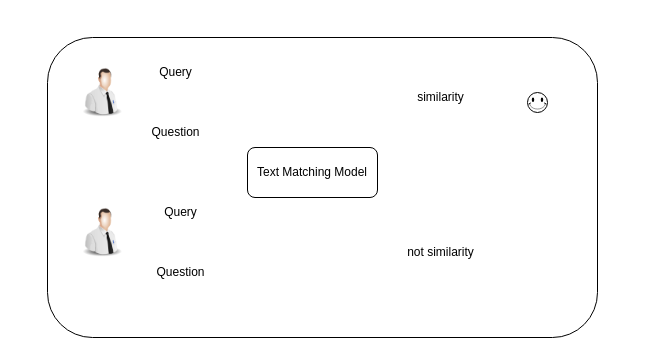
Before: text_match/text_matching_task.drawio in lengyueit/paper_pic, a draw.io diagram. Source tidied: cells renumbered, new cells numbered last; positions are measured from the earlier drawing's top-left corner, leaving out a move shared by most shapes. Both pictures are drawn from the tidied source at 100%, with x=0, y=0 at pixel (47, 37). Pictures stored in the file or linked from it are replaced by grey dashed boxes.
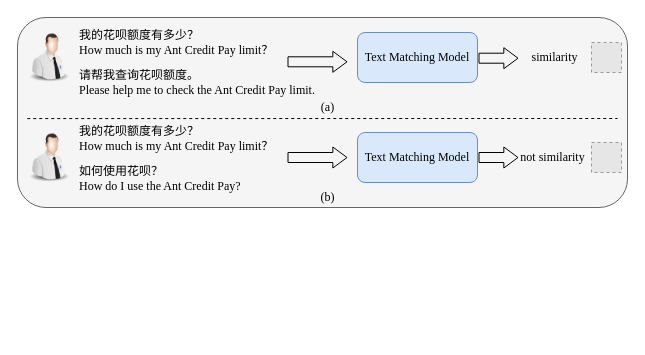
The same page after the edit.

What changed in the source:
```diff
@@
-    <mxCell id="2" style="rounded=1;whiteSpace=wrap;html=1;" parent="1" vertex="1">
-      <mxGeometry width="550" height="300" as="geometry" />
+    <mxCell id="2" style="rounded=1;whiteSpace=wrap;html=1;fillColor=#f5f5f5;strokeColor=#666666;fontColor=#333333;" parent="1" vertex="1">
+      <mxGeometry x="-30" y="-20" width="610" height="190" as="geometry" />
     </mxCell>
-    <mxCell id="3" value="Query" style="text;html=1;align=center;verticalAlign=middle;strokeColor=none;fillColor=none;" parent="1" vertex="1">
-      <mxGeometry x="97.5" y="20" width="60" height="30" as="geometry" />
+    <mxCell id="3" value="&lt;font face=&quot;Times New Roman&quot;&gt;我的花呗额度有多少？&lt;br&gt;How much is my Ant Credit Pay limit？&lt;/font&gt;" style="text;html=1;align=left;verticalAlign=middle;strokeColor=none;fillColor=none;" parent="1" vertex="1">
+      <mxGeometry x="30" y="-15" width="220" height="40" as="geometry" />
     </mxCell>
-    <mxCell id="4" value="Question" style="text;html=1;align=center;verticalAlign=middle;strokeColor=none;fillColor=none;" parent="1" vertex="1">
-      <mxGeometry x="92.5" y="80" width="70" height="30" as="geometry" />
+    <mxCell id="4" value="&lt;div style=&quot;&quot;&gt;&lt;span style=&quot;background-color: initial;&quot;&gt;&lt;font face=&quot;Times New Roman&quot;&gt;如何使用花呗？&lt;/font&gt;&lt;/span&gt;&lt;/div&gt;&lt;div style=&quot;&quot;&gt;&lt;span style=&quot;background-color: initial;&quot;&gt;&lt;font face=&quot;Times New Roman&quot;&gt;How do I use the Ant Credit Pay?&lt;/font&gt;&lt;/span&gt;&lt;/div&gt;" style="text;html=1;align=left;verticalAlign=middle;strokeColor=none;fillColor=none;" parent="1" vertex="1">
+      <mxGeometry x="30" y="121" width="190" height="40" as="geometry" />
     </mxCell>
-    <mxCell id="5" value="similarity" style="text;html=1;align=center;verticalAlign=middle;strokeColor=none;fillColor=none;" parent="1" vertex="1">
-      <mxGeometry x="357.5" y="45" width="70" height="30" as="geometry" />
+    <mxCell id="5" value="&lt;font face=&quot;Times New Roman&quot;&gt;similarity&lt;/font&gt;" style="text;html=1;align=center;verticalAlign=middle;strokeColor=none;fillColor=none;" parent="1" vertex="1">
+      <mxGeometry x="472" y="5" width="70" height="30" as="geometry" />
     </mxCell>
-    <mxCell id="6" value="not similarity" style="text;html=1;align=center;verticalAlign=middle;strokeColor=none;fillColor=none;" parent="1" vertex="1">
-      <mxGeometry x="347.5" y="200" width="90" height="30" as="geometry" />
+    <mxCell id="6" value="&lt;font face=&quot;Times New Roman&quot;&gt;not similarity&lt;/font&gt;" style="text;html=1;align=center;verticalAlign=middle;strokeColor=none;fillColor=none;" parent="1" vertex="1">
+      <mxGeometry x="460" y="105" width="90" height="30" as="geometry" />
     </mxCell>
-    <mxCell id="7" value="Query" style="text;html=1;align=center;verticalAlign=middle;strokeColor=none;fillColor=none;" parent="1" vertex="1">
-      <mxGeometry x="102.5" y="160" width="60" height="30" as="geometry" />
+    <mxCell id="7" value="&lt;font face=&quot;Times New Roman&quot;&gt;我的花呗额度有多少？&lt;br style=&quot;border-color: var(--border-color);&quot;&gt;&lt;span style=&quot;&quot;&gt;How much is my Ant Credit Pay limit？&lt;/span&gt;&lt;/font&gt;" style="text;html=1;align=left;verticalAlign=middle;strokeColor=none;fillColor=none;" parent="1" vertex="1">
+      <mxGeometry x="30" y="81" width="220" height="40" as="geometry" />
     </mxCell>
-    <mxCell id="8" value="Question" style="text;html=1;align=center;verticalAlign=middle;strokeColor=none;fillColor=none;" parent="1" vertex="1">
-      <mxGeometry x="97.5" y="220" width="70" height="30" as="geometry" />
+    <mxCell id="8" value="&lt;font face=&quot;Times New Roman&quot;&gt;请帮我查询花呗额度。&lt;br&gt;Please help me to check the Ant Credit Pay limit.&lt;/font&gt;" style="text;html=1;align=left;verticalAlign=middle;strokeColor=none;fillColor=none;" parent="1" vertex="1">
+      <mxGeometry x="30" y="25" width="260" height="40" as="geometry" />
     </mxCell>
-    <mxCell id="9" value="Text Matching Model" style="rounded=1;whiteSpace=wrap;html=1;" parent="1" vertex="1">
-      <mxGeometry x="200" y="110" width="130" height="50" as="geometry" />
+    <mxCell id="9" value="&lt;font face=&quot;Times New Roman&quot;&gt;Text Matching Model&lt;/font&gt;" style="rounded=1;whiteSpace=wrap;html=1;fillColor=#dae8fc;strokeColor=#6c8ebf;" parent="1" vertex="1">
+      <mxGeometry x="310" y="-5" width="120" height="50" as="geometry" />
     </mxCell>
-    <mxCell id="10" style="verticalLabelPosition=bottom;verticalAlign=top;html=1;shape=mxgraph.basic.smiley;" parent="1" vertex="1">
-      <mxGeometry x="480" y="55" width="20" height="20" as="geometry" />
-    </mxCell>
     <mxCell id="11" style="image;html=1;image=img/lib/clip_art/people/Tech_Man_128x128.png;" parent="1" vertex="1">
-      <mxGeometry x="30" y="30" width="50" height="50" as="geometry" />
+      <mxGeometry x="-23" y="-5" width="50" height="50" as="geometry" />
     </mxCell>
     <mxCell id="12" style="image;html=1;image=img/lib/clip_art/people/Tech_Man_128x128.png;" parent="1" vertex="1">
-      <mxGeometry x="30" y="170" width="50" height="50" as="geometry" />
+      <mxGeometry x="-23" y="95" width="50" height="50" as="geometry" />
     </mxCell>
+    <mxCell id="13" style="fillColor=#E6E6E6;strokeColor=#999999;dashed=1;verticalLabelPosition=bottom;labelBackgroundColor=default;verticalAlign=top;" parent="1" vertex="1">
+      <mxGeometry x="544" y="5" width="30" height="30" as="geometry" />
+    </mxCell>
+    <mxCell id="14" style="fillColor=#E6E6E6;strokeColor=#999999;dashed=1;verticalLabelPosition=bottom;labelBackgroundColor=default;verticalAlign=top;" parent="1" vertex="1">
+      <mxGeometry x="544" y="105" width="30" height="30" as="geometry" />
+    </mxCell>
+    <mxCell id="15" value="&lt;font face=&quot;Times New Roman&quot;&gt;Text Matching Model&lt;/font&gt;" style="rounded=1;whiteSpace=wrap;html=1;fillColor=#dae8fc;strokeColor=#6c8ebf;" parent="1" vertex="1">
+      <mxGeometry x="310" y="95" width="120" height="50" as="geometry" />
+    </mxCell>
+    <mxCell id="16" style="endArrow=none;dashed=1;html=1;rounded=0;exitX=0.016;exitY=0.532;exitDx=0;exitDy=0;exitPerimeter=0;" parent="1" edge="1" source="2">
+      <mxGeometry relative="1" as="geometry">
+        <mxPoint x="570" y="81" as="targetPoint" />
+      </mxGeometry>
+    </mxCell>
+    <mxCell id="17" style="shape=flexArrow;endArrow=classic;html=1;rounded=0;entryX=0;entryY=0.5;entryDx=0;entryDy=0;endWidth=10;endSize=4.39;" parent="1" edge="1">
+      <mxGeometry relative="1" as="geometry">
+        <mxPoint x="240" y="24.3" as="sourcePoint" />
+        <mxPoint x="300" y="24.3" as="targetPoint" />
+      </mxGeometry>
+    </mxCell>
+    <mxCell id="18" style="shape=flexArrow;endArrow=classic;html=1;rounded=0;entryX=0;entryY=0.5;entryDx=0;entryDy=0;endWidth=10;endSize=4.39;" parent="1" edge="1">
+      <mxGeometry relative="1" as="geometry">
+        <mxPoint x="240" y="120" as="sourcePoint" />
+        <mxPoint x="300" y="120" as="targetPoint" />
+      </mxGeometry>
+    </mxCell>
+    <mxCell id="19" style="shape=flexArrow;endArrow=classic;html=1;rounded=0;endWidth=10;endSize=4.39;" parent="1" edge="1">
+      <mxGeometry relative="1" as="geometry">
+        <mxPoint x="431" y="20.7" as="sourcePoint" />
+        <mxPoint x="471" y="20.7" as="targetPoint" />
+      </mxGeometry>
+    </mxCell>
+    <mxCell id="20" style="shape=flexArrow;endArrow=classic;html=1;rounded=0;endWidth=10;endSize=4.39;" parent="1" edge="1">
+      <mxGeometry relative="1" as="geometry">
+        <mxPoint x="431" y="120" as="sourcePoint" />
+        <mxPoint x="471" y="120" as="targetPoint" />
+      </mxGeometry>
+    </mxCell>
+    <mxCell id="21" value="&lt;font face=&quot;Times New Roman&quot;&gt;(a)&lt;/font&gt;" style="text;html=1;align=center;verticalAlign=middle;strokeColor=none;fillColor=none;" parent="1" vertex="1">
+      <mxGeometry x="260" y="55" width="40" height="30" as="geometry" />
+    </mxCell>
+    <mxCell id="22" value="&lt;font face=&quot;Times New Roman&quot;&gt;(b)&lt;/font&gt;" style="text;html=1;align=center;verticalAlign=middle;strokeColor=none;fillColor=none;" parent="1" vertex="1">
+      <mxGeometry x="260" y="145" width="40" height="30" as="geometry" />
+    </mxCell>
```
